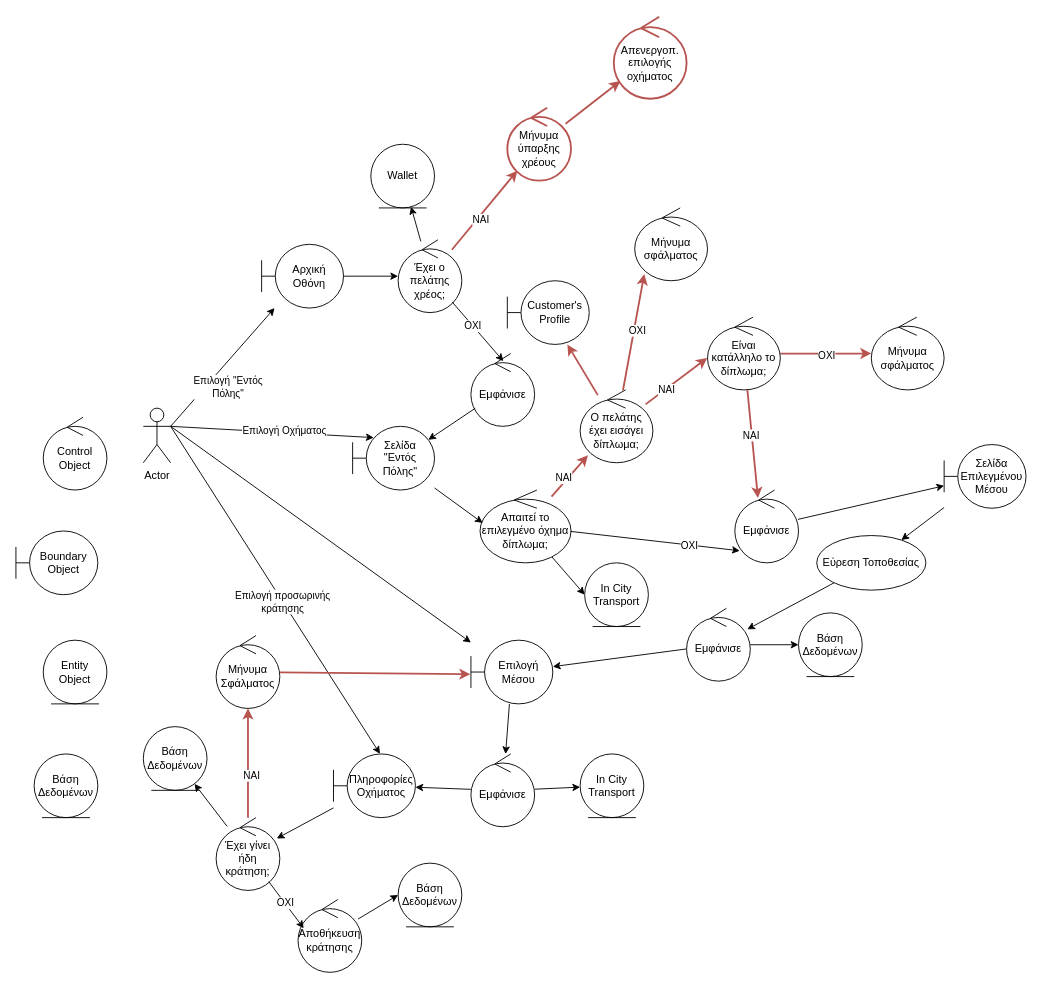
Nikolis2002/texnoligia_logismikou keeps this draw.io diagram as Part_2/Robustness/diagrams/01_Επιλογή_Μέσου_Μετακίνησης.drawio. Above is the earlier version. Source tidied: cells renumbered, new cells numbered last; positions are measured from the earlier drawing's top-left corner, leaving out a move shared by most shapes. Both pictures are drawn from the tidied source at 91%, with x=0, y=0 at pixel (15, 16).
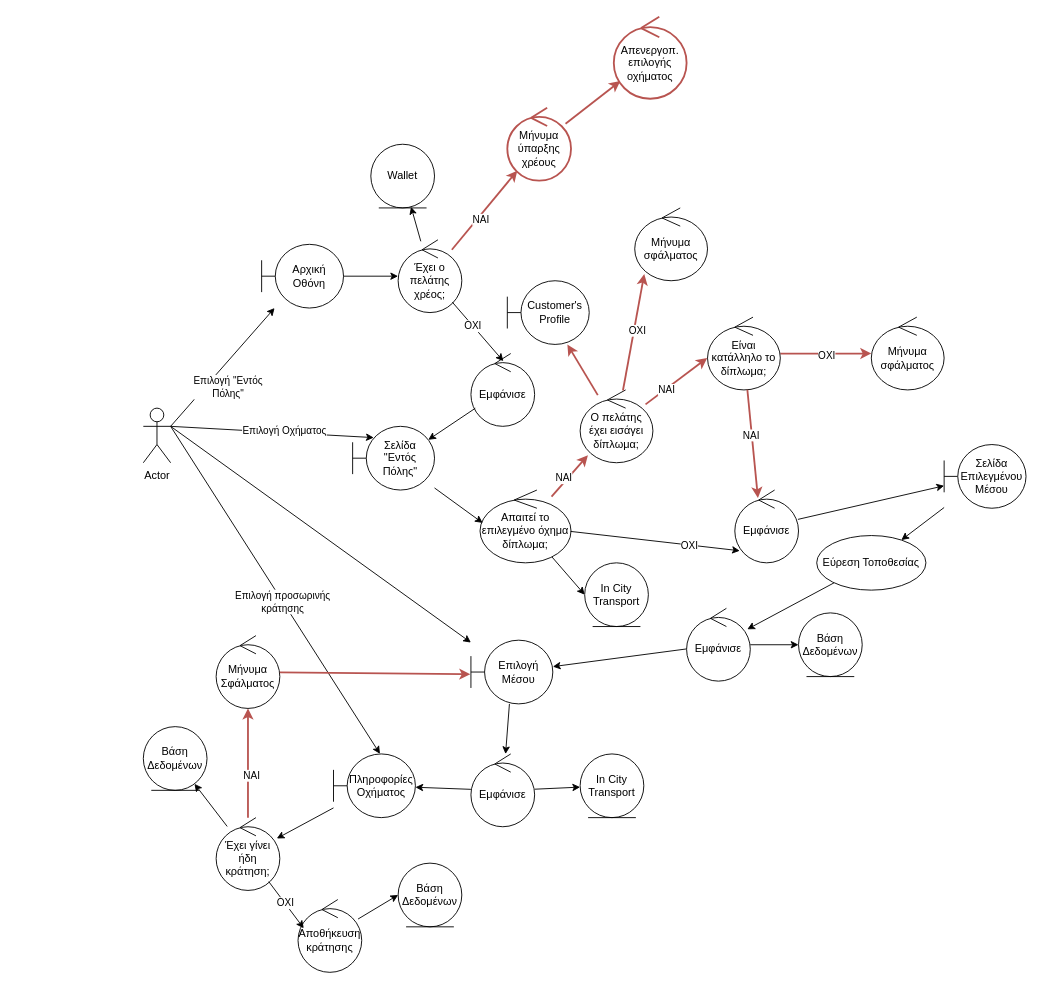
Above is the later version.

Diff of the diagram source:
```diff
@@
-    <mxCell id="6" value="Βάση Δεδομένων" style="ellipse;shape=umlEntity;whiteSpace=wrap;html=1;" parent="1" vertex="1">
-      <mxGeometry x="20" y="810" width="70" height="70" as="geometry" />
-    </mxCell>
-    <mxCell id="7" value="Control Object" style="ellipse;shape=umlControl;whiteSpace=wrap;html=1;" parent="1" vertex="1">
-      <mxGeometry x="30" y="440" width="70" height="80" as="geometry" />
-    </mxCell>
-    <mxCell id="8" value="Boundary Object" style="shape=umlBoundary;whiteSpace=wrap;html=1;" parent="1" vertex="1">
-      <mxGeometry y="565" width="90" height="70" as="geometry" />
-    </mxCell>
@@
-    <mxCell id="25" value="Entity Object" style="ellipse;shape=umlEntity;whiteSpace=wrap;html=1;" parent="1" vertex="1">
-      <mxGeometry x="30" y="685" width="70" height="70" as="geometry" />
-    </mxCell>
```
